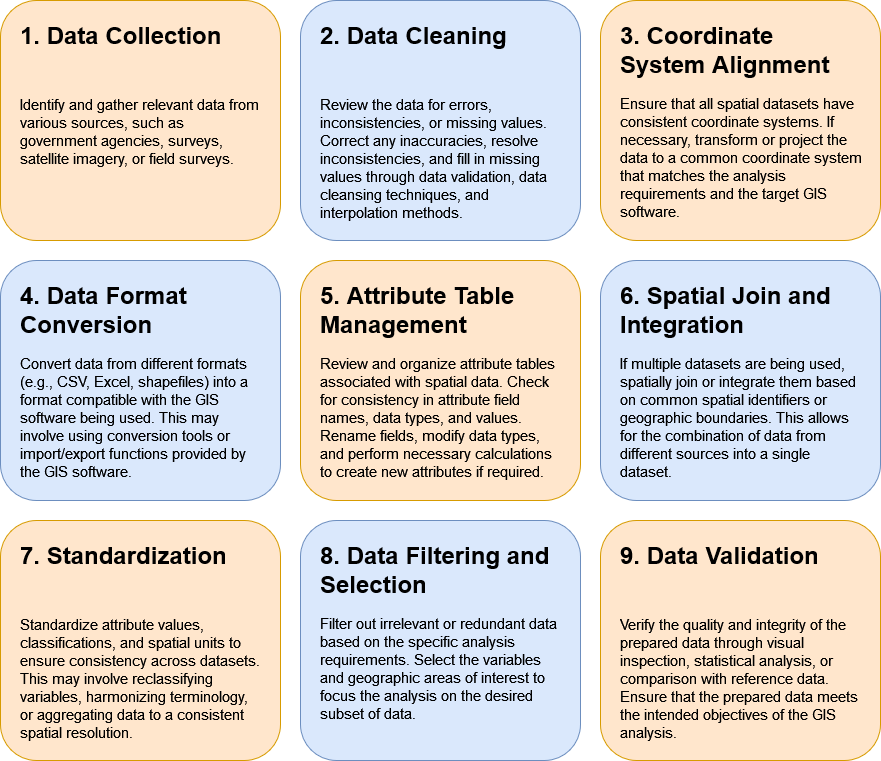
Above: Assets/3_Theory/3_Theory_data_preperation_methods.drawio.png in haseeb-cb/fundamentals-of-gis (draw.io), before the change. Source tidied: cells renumbered, new cells last; positions are measured from the earlier drawing's top-left corner, leaving out a move shared by most shapes. Source of this version:
```xml
<mxGraphModel>
  <root>
    <mxCell id="0" />
    <mxCell id="1" parent="0" />
    <mxCell id="2" style="rounded=1;whiteSpace=wrap;html=1;fillColor=#dae8fc;strokeColor=#6c8ebf;" parent="1" vertex="1">
      <mxGeometry x="300" width="280" height="240" as="geometry" />
    </mxCell>
    <mxCell id="3" value="&lt;h1&gt;2. Data Cleaning&lt;br&gt;&lt;/h1&gt;&lt;p&gt;&lt;font style=&quot;font-size: 15px;&quot;&gt;&lt;font style=&quot;font-size: 15px;&quot;&gt;&lt;br&gt;&lt;/font&gt;&lt;/font&gt;&lt;/p&gt;&lt;p&gt;&lt;font style=&quot;font-size: 15px;&quot;&gt;&lt;font style=&quot;font-size: 15px;&quot;&gt;Review the data for errors, inconsistencies, or missing values. Correct any inaccuracies, resolve inconsistencies, and fill in missing values through data validation, data cleansing techniques, and interpolation methods.&lt;/font&gt;&lt;/font&gt;&lt;/p&gt;" style="text;html=1;strokeColor=none;fillColor=none;spacing=5;spacingTop=-20;whiteSpace=wrap;overflow=hidden;rounded=0;" parent="1" vertex="1">
      <mxGeometry x="315" y="15" width="250" height="210" as="geometry" />
    </mxCell>
    <mxCell id="4" style="rounded=1;whiteSpace=wrap;html=1;fillColor=#ffe6cc;strokeColor=#d79b00;" parent="1" vertex="1">
      <mxGeometry x="600" width="280" height="240" as="geometry" />
    </mxCell>
    <mxCell id="5" value="&lt;h1&gt;3. Coordinate System Alignment&lt;br&gt;&lt;/h1&gt;&lt;p&gt;&lt;font style=&quot;font-size: 15px;&quot;&gt;&lt;font style=&quot;font-size: 15px;&quot;&gt;Ensure that all spatial datasets have consistent coordinate systems. If necessary, transform or project the data to a common coordinate system that matches the analysis requirements and the target GIS software.&lt;/font&gt;&lt;/font&gt;&lt;/p&gt;" style="text;html=1;strokeColor=none;fillColor=none;spacing=5;spacingTop=-20;whiteSpace=wrap;overflow=hidden;rounded=0;" parent="1" vertex="1">
      <mxGeometry x="615" y="15" width="250" height="210" as="geometry" />
    </mxCell>
    <mxCell id="6" style="rounded=1;whiteSpace=wrap;html=1;fillColor=#ffe6cc;strokeColor=#d79b00;" parent="1" vertex="1">
      <mxGeometry width="280" height="240" as="geometry" />
    </mxCell>
    <mxCell id="7" value="&lt;h1&gt;1. Data Collection&lt;br&gt;&lt;/h1&gt;&lt;p&gt;&lt;font style=&quot;font-size: 15px;&quot;&gt;&lt;font style=&quot;font-size: 15px;&quot;&gt;&lt;br&gt;&lt;/font&gt;&lt;/font&gt;&lt;/p&gt;&lt;p&gt;&lt;font style=&quot;font-size: 15px;&quot;&gt;&lt;font style=&quot;font-size: 15px;&quot;&gt;Identify and gather relevant data from various sources, such as government agencies, surveys, satellite imagery, or field surveys.&lt;/font&gt;&lt;/font&gt;&lt;/p&gt;" style="text;html=1;strokeColor=none;fillColor=none;spacing=5;spacingTop=-20;whiteSpace=wrap;overflow=hidden;rounded=0;" parent="1" vertex="1">
      <mxGeometry x="15" y="15" width="250" height="210" as="geometry" />
    </mxCell>
    <mxCell id="8" style="rounded=1;whiteSpace=wrap;html=1;fillColor=#ffe6cc;strokeColor=#d79b00;" parent="1" vertex="1">
      <mxGeometry x="300" y="260" width="280" height="240" as="geometry" />
    </mxCell>
    <mxCell id="9" value="&lt;h1&gt;5. Attribute Table Management&lt;br&gt;&lt;/h1&gt;&lt;p&gt;&lt;font style=&quot;font-size: 15px;&quot;&gt;&lt;font style=&quot;font-size: 15px;&quot;&gt;Review and organize attribute tables associated with spatial data. Check for consistency in attribute field names, data types, and values. Rename fields, modify data types, and perform necessary calculations to create new attributes if required.&lt;/font&gt;&lt;/font&gt;&lt;/p&gt;" style="text;html=1;strokeColor=none;fillColor=none;spacing=5;spacingTop=-20;whiteSpace=wrap;overflow=hidden;rounded=0;" parent="1" vertex="1">
      <mxGeometry x="315" y="275" width="250" height="210" as="geometry" />
    </mxCell>
    <mxCell id="10" style="rounded=1;whiteSpace=wrap;html=1;fillColor=#dae8fc;strokeColor=#6c8ebf;" parent="1" vertex="1">
      <mxGeometry x="600" y="260" width="280" height="240" as="geometry" />
    </mxCell>
    <mxCell id="11" value="&lt;h1&gt;6. Spatial Join and Integration&lt;br&gt;&lt;/h1&gt;&lt;p&gt;&lt;font style=&quot;font-size: 15px;&quot;&gt;&lt;font style=&quot;font-size: 15px;&quot;&gt;If multiple datasets are being used, spatially join or integrate them based on common spatial identifiers or geographic boundaries. This allows for the combination of data from different sources into a single dataset.&lt;/font&gt;&lt;/font&gt;&lt;/p&gt;" style="text;html=1;strokeColor=none;fillColor=none;spacing=5;spacingTop=-20;whiteSpace=wrap;overflow=hidden;rounded=0;" parent="1" vertex="1">
      <mxGeometry x="615" y="275" width="250" height="210" as="geometry" />
    </mxCell>
    <mxCell id="12" style="rounded=1;whiteSpace=wrap;html=1;fillColor=#dae8fc;strokeColor=#6c8ebf;" parent="1" vertex="1">
      <mxGeometry y="260" width="280" height="240" as="geometry" />
    </mxCell>
    <mxCell id="13" value="&lt;h1&gt;4. Data Format Conversion&lt;br&gt;&lt;/h1&gt;&lt;p&gt;&lt;font style=&quot;font-size: 15px;&quot;&gt;&lt;font style=&quot;font-size: 15px;&quot;&gt;Convert data from different formats (e.g., CSV, Excel, shapefiles) into a format compatible with the GIS software being used. This may involve using conversion tools or import/export functions provided by the GIS software.&lt;/font&gt;&lt;/font&gt;&lt;/p&gt;" style="text;html=1;strokeColor=none;fillColor=none;spacing=5;spacingTop=-20;whiteSpace=wrap;overflow=hidden;rounded=0;" parent="1" vertex="1">
      <mxGeometry x="15" y="275" width="250" height="210" as="geometry" />
    </mxCell>
    <mxCell id="14" style="rounded=1;whiteSpace=wrap;html=1;fillColor=#dae8fc;strokeColor=#6c8ebf;" parent="1" vertex="1">
      <mxGeometry x="300" y="520" width="280" height="240" as="geometry" />
    </mxCell>
    <mxCell id="15" value="&lt;h1&gt;8. Data Filtering and Selection&lt;br&gt;&lt;/h1&gt;&lt;p&gt;&lt;font style=&quot;font-size: 15px;&quot;&gt;&lt;font style=&quot;font-size: 15px;&quot;&gt;Filter out irrelevant or redundant data based on the specific analysis requirements. Select the variables and geographic areas of interest to focus the analysis on the desired subset of data.&lt;/font&gt;&lt;/font&gt;&lt;/p&gt;" style="text;html=1;strokeColor=none;fillColor=none;spacing=5;spacingTop=-20;whiteSpace=wrap;overflow=hidden;rounded=0;" parent="1" vertex="1">
      <mxGeometry x="315" y="535" width="250" height="210" as="geometry" />
    </mxCell>
    <mxCell id="16" style="rounded=1;whiteSpace=wrap;html=1;fillColor=#ffe6cc;strokeColor=#d79b00;" parent="1" vertex="1">
      <mxGeometry x="600" y="520" width="280" height="240" as="geometry" />
    </mxCell>
    <mxCell id="17" value="&lt;h1&gt;9. Data Validation&lt;br&gt;&lt;/h1&gt;&lt;p&gt;&lt;font style=&quot;font-size: 15px;&quot;&gt;&lt;font style=&quot;font-size: 15px;&quot;&gt;&lt;br&gt;&lt;/font&gt;&lt;/font&gt;&lt;/p&gt;&lt;p&gt;&lt;font style=&quot;font-size: 15px;&quot;&gt;&lt;font style=&quot;font-size: 15px;&quot;&gt;Verify the quality and integrity of the prepared data through visual inspection, statistical analysis, or comparison with reference data. Ensure that the prepared data meets the intended objectives of the GIS analysis.&lt;/font&gt;&lt;/font&gt;&lt;/p&gt;" style="text;html=1;strokeColor=none;fillColor=none;spacing=5;spacingTop=-20;whiteSpace=wrap;overflow=hidden;rounded=0;" parent="1" vertex="1">
      <mxGeometry x="615" y="535" width="250" height="210" as="geometry" />
    </mxCell>
    <mxCell id="18" style="rounded=1;whiteSpace=wrap;html=1;fillColor=#ffe6cc;strokeColor=#d79b00;" parent="1" vertex="1">
      <mxGeometry y="520" width="280" height="240" as="geometry" />
    </mxCell>
    <mxCell id="19" value="&lt;h1&gt;7. Standardization&lt;br&gt;&lt;/h1&gt;&lt;p&gt;&lt;font style=&quot;font-size: 15px;&quot;&gt;&lt;font style=&quot;font-size: 15px;&quot;&gt;&lt;br&gt;&lt;/font&gt;&lt;/font&gt;&lt;/p&gt;&lt;p&gt;&lt;font style=&quot;font-size: 15px;&quot;&gt;&lt;font style=&quot;font-size: 15px;&quot;&gt;Standardize attribute values, classifications, and spatial units to ensure consistency across datasets. This may involve reclassifying variables, harmonizing terminology, or aggregating data to a consistent spatial resolution.&lt;/font&gt;&lt;/font&gt;&lt;/p&gt;" style="text;html=1;strokeColor=none;fillColor=none;spacing=5;spacingTop=-20;whiteSpace=wrap;overflow=hidden;rounded=0;" parent="1" vertex="1">
      <mxGeometry x="15" y="535" width="250" height="210" as="geometry" />
    </mxCell>
  </root>
</mxGraphModel>
```
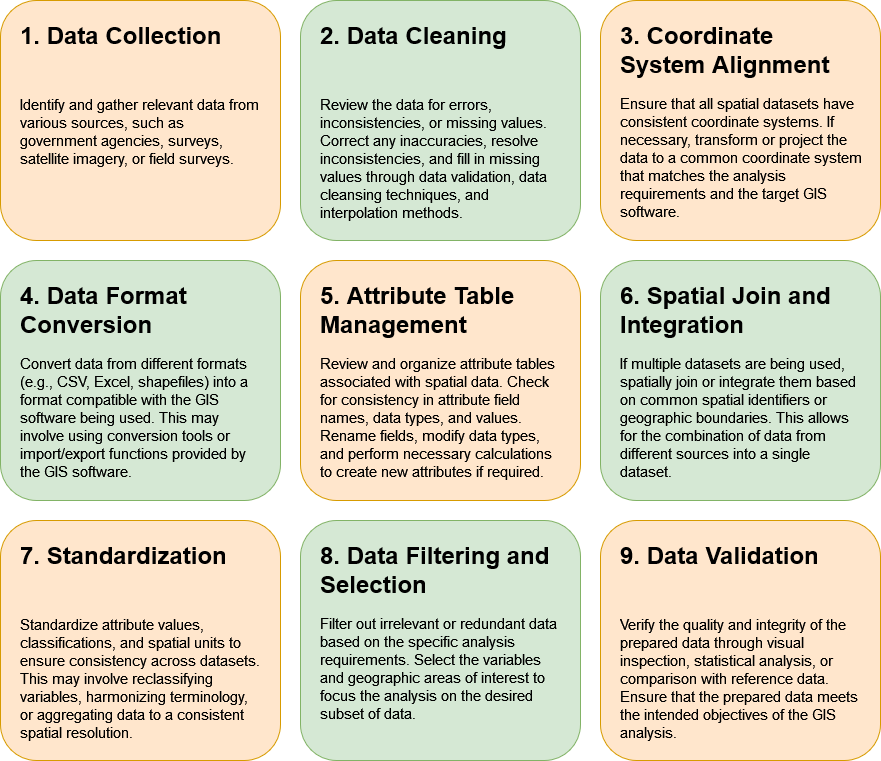
Above is the later version.

Change to the diagram source:
```diff
@@ -2,7 +2,7 @@
   <root>
     <mxCell id="0" />
     <mxCell id="1" parent="0" />
-    <mxCell id="2" style="rounded=1;whiteSpace=wrap;html=1;fillColor=#dae8fc;strokeColor=#6c8ebf;" parent="1" vertex="1">
+    <mxCell id="2" style="rounded=1;whiteSpace=wrap;html=1;fillColor=#d5e8d4;strokeColor=#82b366;" parent="1" vertex="1">
       <mxGeometry x="300" width="280" height="240" as="geometry" />
     </mxCell>
     <mxCell id="3" value="&lt;h1&gt;2. Data Cleaning&lt;br&gt;&lt;/h1&gt;&lt;p&gt;&lt;font style=&quot;font-size: 15px;&quot;&gt;&lt;font style=&quot;font-size: 15px;&quot;&gt;&lt;br&gt;&lt;/font&gt;&lt;/font&gt;&lt;/p&gt;&lt;p&gt;&lt;font style=&quot;font-size: 15px;&quot;&gt;&lt;font style=&quot;font-size: 15px;&quot;&gt;Review the data for errors, inconsistencies, or missing values. Correct any inaccuracies, resolve inconsistencies, and fill in missing values through data validation, data cleansing techniques, and interpolation methods.&lt;/font&gt;&lt;/font&gt;&lt;/p&gt;" style="text;html=1;strokeColor=none;fillColor=none;spacing=5;spacingTop=-20;whiteSpace=wrap;overflow=hidden;rounded=0;" parent="1" vertex="1">
@@ -26,19 +26,19 @@
     <mxCell id="9" value="&lt;h1&gt;5. Attribute Table Management&lt;br&gt;&lt;/h1&gt;&lt;p&gt;&lt;font style=&quot;font-size: 15px;&quot;&gt;&lt;font style=&quot;font-size: 15px;&quot;&gt;Review and organize attribute tables associated with spatial data. Check for consistency in attribute field names, data types, and values. Rename fields, modify data types, and perform necessary calculations to create new attributes if required.&lt;/font&gt;&lt;/font&gt;&lt;/p&gt;" style="text;html=1;strokeColor=none;fillColor=none;spacing=5;spacingTop=-20;whiteSpace=wrap;overflow=hidden;rounded=0;" parent="1" vertex="1">
       <mxGeometry x="315" y="275" width="250" height="210" as="geometry" />
     </mxCell>
-    <mxCell id="10" style="rounded=1;whiteSpace=wrap;html=1;fillColor=#dae8fc;strokeColor=#6c8ebf;" parent="1" vertex="1">
+    <mxCell id="10" style="rounded=1;whiteSpace=wrap;html=1;fillColor=#d5e8d4;strokeColor=#82b366;" parent="1" vertex="1">
       <mxGeometry x="600" y="260" width="280" height="240" as="geometry" />
     </mxCell>
     <mxCell id="11" value="&lt;h1&gt;6. Spatial Join and Integration&lt;br&gt;&lt;/h1&gt;&lt;p&gt;&lt;font style=&quot;font-size: 15px;&quot;&gt;&lt;font style=&quot;font-size: 15px;&quot;&gt;If multiple datasets are being used, spatially join or integrate them based on common spatial identifiers or geographic boundaries. This allows for the combination of data from different sources into a single dataset.&lt;/font&gt;&lt;/font&gt;&lt;/p&gt;" style="text;html=1;strokeColor=none;fillColor=none;spacing=5;spacingTop=-20;whiteSpace=wrap;overflow=hidden;rounded=0;" parent="1" vertex="1">
       <mxGeometry x="615" y="275" width="250" height="210" as="geometry" />
     </mxCell>
-    <mxCell id="12" style="rounded=1;whiteSpace=wrap;html=1;fillColor=#dae8fc;strokeColor=#6c8ebf;" parent="1" vertex="1">
+    <mxCell id="12" style="rounded=1;whiteSpace=wrap;html=1;fillColor=#d5e8d4;strokeColor=#82b366;" parent="1" vertex="1">
       <mxGeometry y="260" width="280" height="240" as="geometry" />
     </mxCell>
     <mxCell id="13" value="&lt;h1&gt;4. Data Format Conversion&lt;br&gt;&lt;/h1&gt;&lt;p&gt;&lt;font style=&quot;font-size: 15px;&quot;&gt;&lt;font style=&quot;font-size: 15px;&quot;&gt;Convert data from different formats (e.g., CSV, Excel, shapefiles) into a format compatible with the GIS software being used. This may involve using conversion tools or import/export functions provided by the GIS software.&lt;/font&gt;&lt;/font&gt;&lt;/p&gt;" style="text;html=1;strokeColor=none;fillColor=none;spacing=5;spacingTop=-20;whiteSpace=wrap;overflow=hidden;rounded=0;" parent="1" vertex="1">
       <mxGeometry x="15" y="275" width="250" height="210" as="geometry" />
     </mxCell>
-    <mxCell id="14" style="rounded=1;whiteSpace=wrap;html=1;fillColor=#dae8fc;strokeColor=#6c8ebf;" parent="1" vertex="1">
+    <mxCell id="14" style="rounded=1;whiteSpace=wrap;html=1;fillColor=#d5e8d4;strokeColor=#82b366;" parent="1" vertex="1">
       <mxGeometry x="300" y="520" width="280" height="240" as="geometry" />
     </mxCell>
     <mxCell id="15" value="&lt;h1&gt;8. Data Filtering and Selection&lt;br&gt;&lt;/h1&gt;&lt;p&gt;&lt;font style=&quot;font-size: 15px;&quot;&gt;&lt;font style=&quot;font-size: 15px;&quot;&gt;Filter out irrelevant or redundant data based on the specific analysis requirements. Select the variables and geographic areas of interest to focus the analysis on the desired subset of data.&lt;/font&gt;&lt;/font&gt;&lt;/p&gt;" style="text;html=1;strokeColor=none;fillColor=none;spacing=5;spacingTop=-20;whiteSpace=wrap;overflow=hidden;rounded=0;" parent="1" vertex="1">
```
